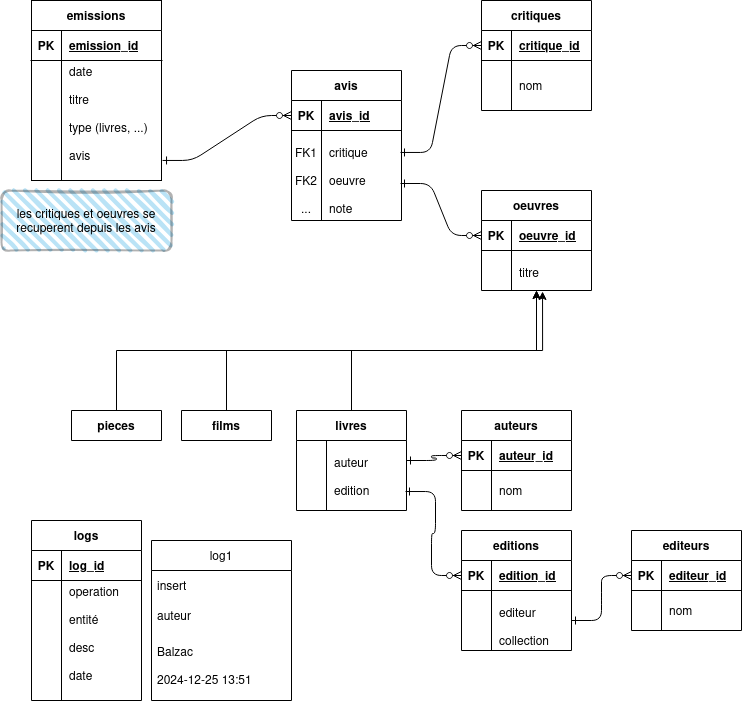
This is db/lmelp.drawio.png from castorfou/lmelp, a draw.io export, as it was before one commit. Source tidied: cells renumbered, new cells last; positions are measured from the earlier drawing's top-left corner, leaving out a move shared by most shapes.
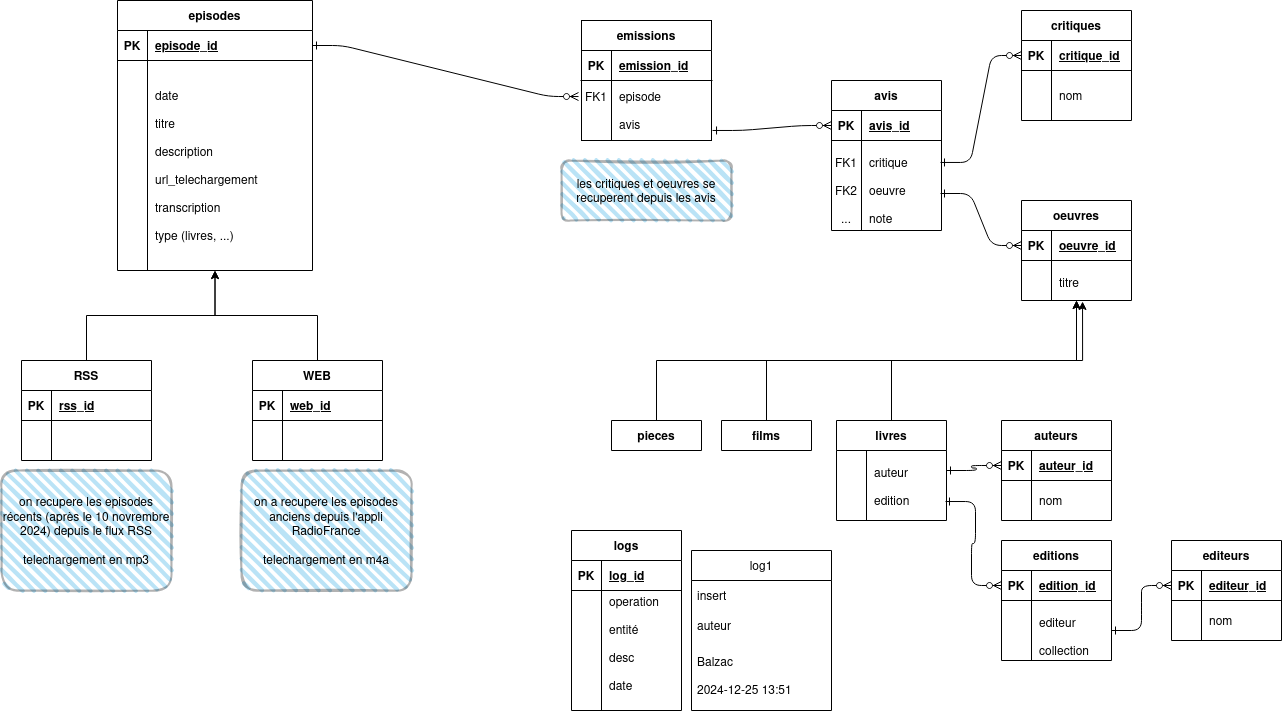
Later version of the same file.

Diff of the diagram source:
```diff
@@ -3,7 +3,7 @@
     <mxCell id="0" />
     <mxCell id="1" parent="0" />
     <mxCell id="2" value="emissions" style="shape=table;startSize=30;rowLines=0;fontStyle=1;align=center;" parent="1" vertex="1">
-      <mxGeometry x="30" width="130" height="180" as="geometry" />
+      <mxGeometry x="40" y="10" width="130" height="120" as="geometry" />
     </mxCell>
     <mxCell id="3" style="shape=partialRectangle;fillColor=none;top=0;left=0;right=0;bottom=1;" parent="2" vertex="1">
       <mxGeometry y="30" width="130" height="30" as="geometry" />
@@ -15,13 +15,13 @@
       <mxGeometry x="30" width="100" height="30" as="geometry" />
     </mxCell>
     <mxCell id="6" style="shape=partialRectangle;fillColor=none;points=[[0,0.5],[1,0.5]];portConstraint=eastwest;top=0;left=0;right=0;bottom=0;" parent="2" vertex="1">
-      <mxGeometry y="60" width="130" height="120" as="geometry" />
+      <mxGeometry y="60" width="130" height="60" as="geometry" />
     </mxCell>
-    <mxCell id="7" style="shape=partialRectangle;overflow=hidden;fillColor=none;top=0;left=0;bottom=0;right=0;" parent="6" vertex="1">
-      <mxGeometry width="30" height="120" as="geometry" />
+    <mxCell id="7" value="FK1&#10;&#10;" style="shape=partialRectangle;overflow=hidden;fillColor=none;top=0;left=0;bottom=0;right=0;" parent="6" vertex="1">
+      <mxGeometry width="30" height="60" as="geometry" />
     </mxCell>
-    <mxCell id="8" value="date&#10;&#10;titre&#10;&#10;type (livres, ...)&#10;&#10;avis&#10;" style="shape=partialRectangle;overflow=hidden;fillColor=none;top=0;left=0;bottom=0;right=0;align=left;spacingLeft=6;" parent="6" vertex="1">
-      <mxGeometry x="30" width="100" height="120" as="geometry" />
+    <mxCell id="8" value="episode&#10;&#10;avis" style="shape=partialRectangle;overflow=hidden;fillColor=none;top=0;left=0;bottom=0;right=0;align=left;spacingLeft=6;" parent="6" vertex="1">
+      <mxGeometry x="30" width="100" height="60" as="geometry" />
     </mxCell>
     <mxCell id="9" value="oeuvres" style="shape=table;startSize=30;rowLines=0;fontStyle=1;align=center;" parent="1" vertex="1">
       <mxGeometry x="480" y="190" width="110" height="100" as="geometry" />
@@ -195,7 +195,7 @@
       <mxGeometry relative="1" as="geometry" />
     </mxCell>
     <mxCell id="66" value="les critiques et oeuvres se recuperent depuis les avis" style="rounded=1;whiteSpace=wrap;html=1;strokeWidth=2;fillWeight=4;hachureGap=8;hachureAngle=45;fillColor=#1ba1e2;sketch=1;opacity=30;" parent="1" vertex="1">
-      <mxGeometry y="190" width="170" height="60" as="geometry" />
+      <mxGeometry x="20" y="150" width="170" height="60" as="geometry" />
     </mxCell>
     <mxCell id="67" value="logs" style="shape=table;startSize=30;rowLines=0;fontStyle=1;align=center;" parent="1" vertex="1">
       <mxGeometry x="30" y="520" width="110" height="180" as="geometry" />
@@ -230,5 +230,83 @@
     <mxCell id="77" value="&lt;div&gt;Balzac&lt;/div&gt;&lt;div&gt;&lt;br&gt;&lt;/div&gt;&lt;div&gt;2024-12-25 13:51&lt;br&gt;&lt;/div&gt;" style="text;strokeColor=none;fillColor=none;align=left;verticalAlign=middle;spacingLeft=4;spacingRight=4;overflow=hidden;whiteSpace=wrap;html=1;" parent="74" vertex="1">
       <mxGeometry y="90" width="140" height="70" as="geometry" />
     </mxCell>
+    <mxCell id="78" value="episodes" style="shape=table;startSize=30;rowLines=0;fontStyle=1;align=center;" parent="1" vertex="1">
+      <mxGeometry x="-424" y="-10" width="195" height="270" as="geometry" />
+    </mxCell>
+    <mxCell id="79" style="shape=partialRectangle;fillColor=none;points=[[0,0.5],[1,0.5]];portConstraint=eastwest;top=0;left=0;right=0;bottom=1;" parent="78" vertex="1">
+      <mxGeometry y="30" width="195" height="30" as="geometry" />
+    </mxCell>
+    <mxCell id="80" value="PK" style="shape=partialRectangle;overflow=hidden;fillColor=none;top=0;left=0;bottom=0;right=0;fontStyle=1;" parent="79" vertex="1">
+      <mxGeometry width="30" height="30" as="geometry" />
+    </mxCell>
+    <mxCell id="81" value="episode_id" style="shape=partialRectangle;overflow=hidden;fillColor=none;top=0;left=0;bottom=0;right=0;align=left;spacingLeft=6;fontStyle=5;" parent="79" vertex="1">
+      <mxGeometry x="30" width="165" height="30" as="geometry" />
+    </mxCell>
+    <mxCell id="82" style="shape=partialRectangle;fillColor=none;points=[[0,0.5],[1,0.5]];portConstraint=eastwest;top=0;left=0;right=0;bottom=0;" parent="78" vertex="1">
+      <mxGeometry y="60" width="195" height="210" as="geometry" />
+    </mxCell>
+    <mxCell id="83" style="shape=partialRectangle;overflow=hidden;fillColor=none;top=0;left=0;bottom=0;right=0;" parent="82" vertex="1">
+      <mxGeometry width="30" height="210" as="geometry" />
+    </mxCell>
+    <mxCell id="84" value="date&#10;&#10;titre&#10;&#10;description&#10;&#10;url_telechargement&#10;&#10;transcription&#10;&#10;type (livres, ...)" style="shape=partialRectangle;overflow=hidden;fillColor=none;top=0;left=0;bottom=0;right=0;align=left;spacingLeft=6;" parent="82" vertex="1">
+      <mxGeometry x="30" width="165" height="210" as="geometry" />
+    </mxCell>
+    <mxCell id="85" value="RSS" style="shape=table;startSize=30;rowLines=0;fontStyle=1;align=center;" parent="1" vertex="1">
+      <mxGeometry x="-520" y="350" width="130" height="100" as="geometry" />
+    </mxCell>
+    <mxCell id="86" style="shape=partialRectangle;fillColor=none;top=0;left=0;right=0;bottom=1;" parent="85" vertex="1">
+      <mxGeometry y="30" width="130" height="30" as="geometry" />
+    </mxCell>
+    <mxCell id="87" value="PK" style="shape=partialRectangle;overflow=hidden;fillColor=none;top=0;left=0;bottom=0;right=0;fontStyle=1;" parent="86" vertex="1">
+      <mxGeometry width="30" height="30" as="geometry" />
+    </mxCell>
+    <mxCell id="88" value="rss_id" style="shape=partialRectangle;overflow=hidden;fillColor=none;top=0;left=0;bottom=0;right=0;align=left;spacingLeft=6;fontStyle=5;" parent="86" vertex="1">
+      <mxGeometry x="30" width="100" height="30" as="geometry" />
+    </mxCell>
+    <mxCell id="89" style="shape=partialRectangle;fillColor=none;top=0;left=0;right=0;bottom=0;" parent="85" vertex="1">
+      <mxGeometry y="60" width="130" height="40" as="geometry" />
+    </mxCell>
+    <mxCell id="90" style="shape=partialRectangle;overflow=hidden;fillColor=none;top=0;left=0;bottom=0;right=0;" parent="89" vertex="1">
+      <mxGeometry width="30" height="40" as="geometry" />
+    </mxCell>
+    <mxCell id="91" style="shape=partialRectangle;overflow=hidden;fillColor=none;top=0;left=0;bottom=0;right=0;align=left;spacingLeft=6;" parent="89" vertex="1">
+      <mxGeometry x="30" width="100" height="40" as="geometry" />
+    </mxCell>
+    <mxCell id="92" style="edgeStyle=orthogonalEdgeStyle;rounded=0;jettySize=auto;html=1;entryX=0.5;entryY=1;entryDx=0;entryDy=0;entryPerimeter=0;" parent="1" edge="1" source="85" target="82">
+      <mxGeometry relative="1" as="geometry" />
+    </mxCell>
+    <mxCell id="93" value="WEB" style="shape=table;startSize=30;rowLines=0;fontStyle=1;align=center;" parent="1" vertex="1">
+      <mxGeometry x="-289" y="350" width="130" height="100" as="geometry" />
+    </mxCell>
+    <mxCell id="94" style="shape=partialRectangle;fillColor=none;top=0;left=0;right=0;bottom=1;" parent="93" vertex="1">
+      <mxGeometry y="30" width="130" height="30" as="geometry" />
+    </mxCell>
+    <mxCell id="95" value="PK" style="shape=partialRectangle;overflow=hidden;fillColor=none;top=0;left=0;bottom=0;right=0;fontStyle=1;" parent="94" vertex="1">
+      <mxGeometry width="30" height="30" as="geometry" />
+    </mxCell>
+    <mxCell id="96" value="web_id" style="shape=partialRectangle;overflow=hidden;fillColor=none;top=0;left=0;bottom=0;right=0;align=left;spacingLeft=6;fontStyle=5;" parent="94" vertex="1">
+      <mxGeometry x="30" width="100" height="30" as="geometry" />
+    </mxCell>
+    <mxCell id="97" style="shape=partialRectangle;fillColor=none;top=0;left=0;right=0;bottom=0;" parent="93" vertex="1">
+      <mxGeometry y="60" width="130" height="40" as="geometry" />
+    </mxCell>
+    <mxCell id="98" style="shape=partialRectangle;overflow=hidden;fillColor=none;top=0;left=0;bottom=0;right=0;" parent="97" vertex="1">
+      <mxGeometry width="30" height="40" as="geometry" />
+    </mxCell>
+    <mxCell id="99" style="shape=partialRectangle;overflow=hidden;fillColor=none;top=0;left=0;bottom=0;right=0;align=left;spacingLeft=6;" parent="97" vertex="1">
+      <mxGeometry x="30" width="100" height="40" as="geometry" />
+    </mxCell>
+    <mxCell id="100" style="edgeStyle=orthogonalEdgeStyle;rounded=0;jettySize=auto;html=1;entryX=0.5;entryY=1;entryDx=0;entryDy=0;entryPerimeter=0;" parent="1" edge="1" source="93" target="82">
+      <mxGeometry relative="1" as="geometry" />
+    </mxCell>
+    <mxCell id="101" value="&lt;div&gt;on recupere les episodes récents (après le 10 novrembre 2024) depuis le flux RSS&lt;/div&gt;&lt;div&gt;&lt;br&gt;&lt;/div&gt;telechargement en mp3" style="rounded=1;whiteSpace=wrap;html=1;strokeWidth=2;fillWeight=4;hachureGap=8;hachureAngle=45;fillColor=#1ba1e2;sketch=1;opacity=30;" parent="1" vertex="1">
+      <mxGeometry x="-540" y="460" width="170" height="120" as="geometry" />
+    </mxCell>
+    <mxCell id="102" value="&lt;div&gt;on a recupere les episodes anciens depuis l'appli RadioFrance &lt;br&gt;&lt;/div&gt;&lt;div&gt;&lt;br&gt;&lt;/div&gt;&lt;div&gt;telechargement en m4a&lt;br&gt;&lt;/div&gt;" style="rounded=1;whiteSpace=wrap;html=1;strokeWidth=2;fillWeight=4;hachureGap=8;hachureAngle=45;fillColor=#1ba1e2;sketch=1;opacity=30;" parent="1" vertex="1">
+      <mxGeometry x="-300" y="460" width="170" height="120" as="geometry" />
+    </mxCell>
+    <mxCell id="103" style="edgeStyle=entityRelationEdgeStyle;endArrow=ERzeroToMany;startArrow=ERone;endFill=1;startFill=0;exitX=1;exitY=0.5;exitDx=0;exitDy=0;entryX=-0.023;entryY=0.267;entryDx=0;entryDy=0;entryPerimeter=0;" parent="1" edge="1" source="79" target="6">
+      <mxGeometry relative="1" as="geometry" />
+    </mxCell>
   </root>
 </mxGraphModel>
```
